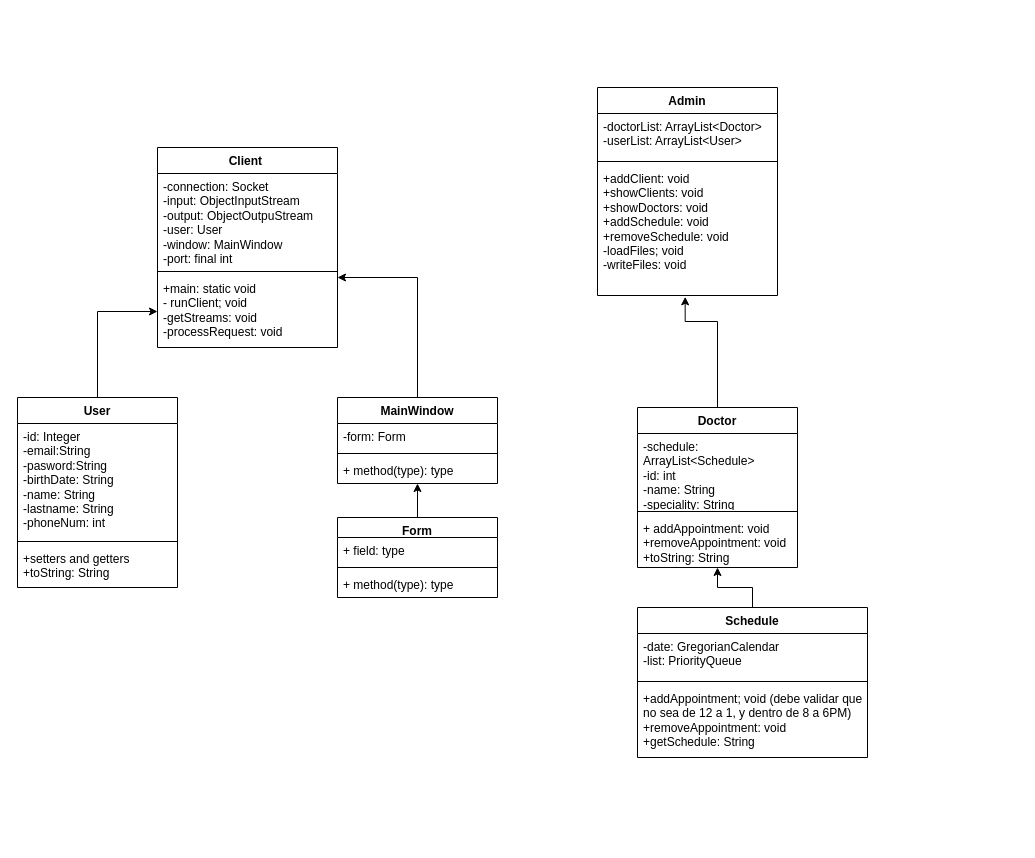
Earlier version of the draw.io diagram uml.drawio (DavidRole/Proyecto-Progra). Source tidied: cells renumbered, new cells numbered last; positions are measured from the earlier drawing's top-left corner, leaving out a move shared by most shapes. Both pictures are drawn from the tidied source at 100%, with x=0, y=0 at pixel (17, 87).
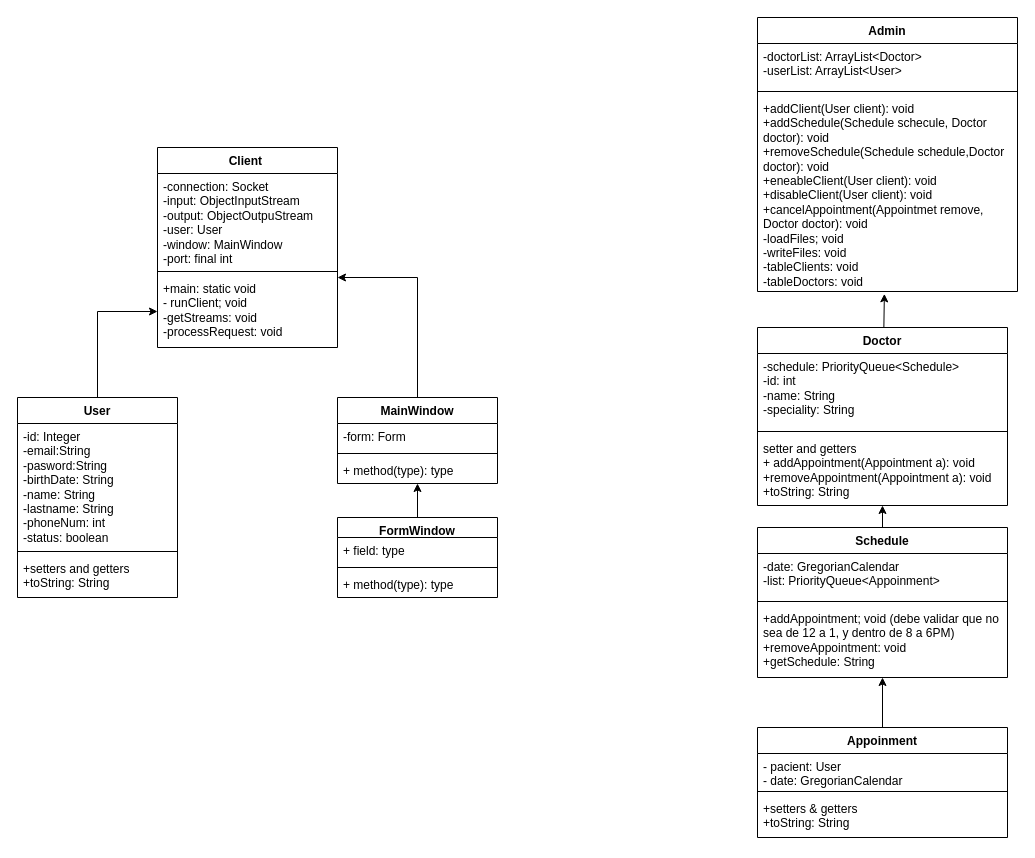
The same diagram, later.

Commit message:
2do Avance UML

Se completaron metodos de la clase Admin y las clases que se usan en ella

The edit, as a diff of the source:
```diff
@@
     <mxCell id="3" value="User" style="swimlane;fontStyle=1;align=center;verticalAlign=top;horizontal=1;startSize=26;whiteSpace=wrap;html=1;" parent="1" vertex="1">
-      <mxGeometry y="310" width="160" height="190" as="geometry" />
+      <mxGeometry y="310" width="160" height="200" as="geometry" />
     </mxCell>
-    <mxCell id="4" value="-id: Integer&lt;div&gt;-email:String&lt;/div&gt;&lt;div&gt;-pasword:String&lt;/div&gt;&lt;div&gt;-birthDate: String&lt;/div&gt;&lt;div&gt;-name: String&lt;/div&gt;&lt;div&gt;-lastname: String&lt;/div&gt;&lt;div&gt;-phoneNum: int&lt;/div&gt;" style="text;strokeColor=none;fillColor=none;align=left;verticalAlign=top;spacingLeft=4;spacingRight=4;overflow=hidden;whiteSpace=wrap;html=1;" parent="3" vertex="1">
-      <mxGeometry y="26" width="160" height="114" as="geometry" />
+    <mxCell id="4" value="-id: Integer&lt;div&gt;-email:String&lt;/div&gt;&lt;div&gt;-pasword:String&lt;/div&gt;&lt;div&gt;-birthDate: String&lt;/div&gt;&lt;div&gt;-name: String&lt;/div&gt;&lt;div&gt;-lastname: String&lt;/div&gt;&lt;div&gt;-phoneNum: int&lt;/div&gt;&lt;div&gt;-status: boolean&lt;/div&gt;" style="text;strokeColor=none;fillColor=none;align=left;verticalAlign=top;spacingLeft=4;spacingRight=4;overflow=hidden;whiteSpace=wrap;html=1;" parent="3" vertex="1">
+      <mxGeometry y="26" width="160" height="124" as="geometry" />
     </mxCell>
     <mxCell id="5" style="line;strokeWidth=1;fillColor=none;align=left;verticalAlign=middle;spacingTop=-1;spacingLeft=3;spacingRight=3;labelPosition=right;strokeColor=inherit;" parent="3" vertex="1">
-      <mxGeometry y="140" width="160" height="8" as="geometry" />
+      <mxGeometry y="150" width="160" height="8" as="geometry" />
     </mxCell>
     <mxCell id="6" value="+setters and getters&lt;div&gt;+toString: String&lt;/div&gt;" style="text;strokeColor=none;fillColor=none;align=left;verticalAlign=top;spacingLeft=4;spacingRight=4;overflow=hidden;whiteSpace=wrap;html=1;" parent="3" vertex="1">
-      <mxGeometry y="148" width="160" height="42" as="geometry" />
+      <mxGeometry y="158" width="160" height="42" as="geometry" />
     </mxCell>
@@
-    <mxCell id="8" value="Form" style="swimlane;fontStyle=1;align=center;verticalAlign=top;horizontal=1;startSize=20;whiteSpace=wrap;html=1;" parent="1" vertex="1">
+    <mxCell id="8" value="FormWindow" style="swimlane;fontStyle=1;align=center;verticalAlign=top;horizontal=1;startSize=20;whiteSpace=wrap;html=1;" parent="1" vertex="1">
       <mxGeometry x="320" y="430" width="160" height="80" as="geometry" />
     </mxCell>
@@
+    <mxCell id="33" style="edgeStyle=none;html=1;" parent="1" edge="1" source="20" target="27">
+      <mxGeometry relative="1" as="geometry" />
+    </mxCell>
     <mxCell id="20" value="Schedule" style="swimlane;fontStyle=1;align=center;verticalAlign=top;horizontal=1;startSize=26;whiteSpace=wrap;html=1;" parent="1" vertex="1">
-      <mxGeometry x="620" y="520" width="230" height="150" as="geometry" />
+      <mxGeometry x="740" y="440" width="250" height="150" as="geometry" />
     </mxCell>
-    <mxCell id="21" value="-date: GregorianCalendar&lt;div&gt;-list: PriorityQueue&lt;/div&gt;" style="text;strokeColor=none;fillColor=none;align=left;verticalAlign=top;spacingLeft=4;spacingRight=4;overflow=hidden;whiteSpace=wrap;html=1;" parent="20" vertex="1">
-      <mxGeometry y="26" width="230" height="44" as="geometry" />
+    <mxCell id="21" value="-date: GregorianCalendar&lt;div&gt;-list: PriorityQueue&amp;lt;Appoinment&amp;gt;&lt;/div&gt;" style="text;strokeColor=none;fillColor=none;align=left;verticalAlign=top;spacingLeft=4;spacingRight=4;overflow=hidden;whiteSpace=wrap;html=1;" parent="20" vertex="1">
+      <mxGeometry y="26" width="250" height="44" as="geometry" />
     </mxCell>
     <mxCell id="22" style="line;strokeWidth=1;fillColor=none;align=left;verticalAlign=middle;spacingTop=-1;spacingLeft=3;spacingRight=3;labelPosition=right;strokeColor=inherit;" parent="20" vertex="1">
-      <mxGeometry y="70" width="230" height="8" as="geometry" />
+      <mxGeometry y="70" width="250" height="8" as="geometry" />
     </mxCell>
     <mxCell id="23" value="+addAppointment; void (debe validar que no sea de 12 a 1, y dentro de 8 a 6PM)&lt;div&gt;+removeAppointment: void&lt;br&gt;+getSchedule: String&lt;/div&gt;" style="text;strokeColor=none;fillColor=none;align=left;verticalAlign=top;spacingLeft=4;spacingRight=4;overflow=hidden;points=[[0,0.5],[1,0.5]];portConstraint=eastwest;whiteSpace=wrap;html=1;" parent="20" vertex="1">
-      <mxGeometry y="78" width="230" height="72" as="geometry" />
+      <mxGeometry y="78" width="250" height="72" as="geometry" />
     </mxCell>
+    <mxCell id="34" style="edgeStyle=none;html=1;entryX=0.488;entryY=1.012;entryDx=0;entryDy=0;entryPerimeter=0;" parent="1" edge="1" source="24" target="31">
+      <mxGeometry relative="1" as="geometry" />
+    </mxCell>
     <mxCell id="24" value="Doctor" style="swimlane;fontStyle=1;align=center;verticalAlign=top;horizontal=1;startSize=26;whiteSpace=wrap;html=1;" parent="1" vertex="1">
-      <mxGeometry x="620" y="320" width="160" height="160" as="geometry" />
+      <mxGeometry x="740" y="240" width="250" height="178" as="geometry" />
     </mxCell>
-    <mxCell id="25" value="-schedule: ArrayList&amp;lt;Schedule&amp;gt;&lt;div&gt;-id: int&lt;/div&gt;&lt;div&gt;-name: String&lt;/div&gt;&lt;div&gt;-speciality: String&lt;/div&gt;" style="text;strokeColor=none;fillColor=none;align=left;verticalAlign=top;spacingLeft=4;spacingRight=4;overflow=hidden;whiteSpace=wrap;html=1;" parent="24" vertex="1">
-      <mxGeometry y="26" width="160" height="74" as="geometry" />
+    <mxCell id="25" value="-schedule: PriorityQueue&amp;lt;Schedule&amp;gt;&lt;div&gt;-id: int&lt;/div&gt;&lt;div&gt;-name: String&lt;/div&gt;&lt;div&gt;-speciality: String&lt;/div&gt;" style="text;strokeColor=none;fillColor=none;align=left;verticalAlign=top;spacingLeft=4;spacingRight=4;overflow=hidden;whiteSpace=wrap;html=1;" parent="24" vertex="1">
+      <mxGeometry y="26" width="250" height="74" as="geometry" />
     </mxCell>
     <mxCell id="26" style="line;strokeWidth=1;fillColor=none;align=left;verticalAlign=middle;spacingTop=-1;spacingLeft=3;spacingRight=3;labelPosition=right;strokeColor=inherit;" parent="24" vertex="1">
-      <mxGeometry y="100" width="160" height="8" as="geometry" />
+      <mxGeometry y="100" width="250" height="8" as="geometry" />
     </mxCell>
-    <mxCell id="27" value="+ addAppointment: void&lt;div&gt;+removeAppointment: void&lt;/div&gt;&lt;div&gt;+toString: String&lt;/div&gt;&lt;div&gt;&lt;br&gt;&lt;/div&gt;" style="text;strokeColor=none;fillColor=none;align=left;verticalAlign=top;spacingLeft=4;spacingRight=4;overflow=hidden;points=[[0,0.5],[1,0.5]];portConstraint=eastwest;whiteSpace=wrap;html=1;" parent="24" vertex="1">
-      <mxGeometry y="108" width="160" height="52" as="geometry" />
+    <mxCell id="27" value="setter and getters&lt;br&gt;+ addAppointment(Appointment a): void&lt;div&gt;+removeAppointment(Appointment a): void&lt;/div&gt;&lt;div&gt;+toString: String&lt;/div&gt;&lt;div&gt;&lt;br&gt;&lt;/div&gt;" style="text;strokeColor=none;fillColor=none;align=left;verticalAlign=top;spacingLeft=4;spacingRight=4;overflow=hidden;points=[[0,0.5],[1,0.5]];portConstraint=eastwest;whiteSpace=wrap;html=1;" parent="24" vertex="1">
+      <mxGeometry y="108" width="250" height="70" as="geometry" />
     </mxCell>
     <mxCell id="28" value="Admin" style="swimlane;fontStyle=1;align=center;verticalAlign=top;horizontal=1;startSize=26;whiteSpace=wrap;html=1;" parent="1" vertex="1">
-      <mxGeometry x="580" width="180" height="208" as="geometry" />
+      <mxGeometry x="740" y="-70" width="260" height="274" as="geometry" />
     </mxCell>
     <mxCell id="29" value="-doctorList: ArrayList&amp;lt;Doctor&amp;gt;&lt;div&gt;-userList: ArrayList&amp;lt;User&amp;gt;&lt;/div&gt;&lt;div&gt;&lt;br&gt;&lt;/div&gt;" style="text;strokeColor=none;fillColor=none;align=left;verticalAlign=top;spacingLeft=4;spacingRight=4;overflow=hidden;whiteSpace=wrap;html=1;" parent="28" vertex="1">
-      <mxGeometry y="26" width="180" height="44" as="geometry" />
+      <mxGeometry y="26" width="260" height="44" as="geometry" />
     </mxCell>
     <mxCell id="30" style="line;strokeWidth=1;fillColor=none;align=left;verticalAlign=middle;spacingTop=-1;spacingLeft=3;spacingRight=3;labelPosition=right;strokeColor=inherit;" parent="28" vertex="1">
-      <mxGeometry y="70" width="180" height="8" as="geometry" />
+      <mxGeometry y="70" width="260" height="8" as="geometry" />
     </mxCell>
-    <mxCell id="31" value="+addClient: void&lt;div&gt;+showClients: void&lt;/div&gt;&lt;div&gt;+showDoctors: void&lt;/div&gt;&lt;div&gt;+addSchedule: void&lt;/div&gt;&lt;div&gt;+removeSchedule: void&lt;/div&gt;&lt;div&gt;-loadFiles; void&lt;/div&gt;&lt;div&gt;-writeFiles: void&lt;br&gt;&lt;div&gt;&lt;br&gt;&lt;/div&gt;&lt;/div&gt;" style="text;strokeColor=none;fillColor=none;align=left;verticalAlign=top;spacingLeft=4;spacingRight=4;overflow=hidden;points=[[0,0.5],[1,0.5]];portConstraint=eastwest;whiteSpace=wrap;html=1;" parent="28" vertex="1">
-      <mxGeometry y="78" width="180" height="130" as="geometry" />
+    <mxCell id="31" value="+addClient(User client): void&lt;div&gt;&lt;span style=&quot;background-color: initial;&quot;&gt;+addSchedule(Schedule schecule, Doctor doctor): void&lt;/span&gt;&lt;br&gt;&lt;/div&gt;&lt;div&gt;+removeSchedule(Schedule schedule,Doctor doctor): void&lt;/div&gt;&lt;div&gt;+eneableClient(User client): void&lt;/div&gt;&lt;div&gt;+disableClient(User client): void&lt;/div&gt;&lt;div&gt;+cancelAppointment(Appointmet remove, Doctor doctor): void&lt;/div&gt;&lt;div&gt;-loadFiles; void&lt;/div&gt;&lt;div&gt;-writeFiles: void&lt;/div&gt;&lt;div&gt;&lt;div&gt;-tableClients: void&lt;/div&gt;&lt;div&gt;-tableDoctors: void&lt;/div&gt;&lt;/div&gt;" style="text;strokeColor=none;fillColor=none;align=left;verticalAlign=top;spacingLeft=4;spacingRight=4;overflow=hidden;points=[[0,0.5],[1,0.5]];portConstraint=eastwest;whiteSpace=wrap;html=1;" parent="28" vertex="1">
+      <mxGeometry y="78" width="260" height="196" as="geometry" />
     </mxCell>
@@
-    <mxCell id="33" style="edgeStyle=orthogonalEdgeStyle;rounded=0;jettySize=auto;html=1;" parent="1" edge="1" source="20" target="27">
-      <mxGeometry relative="1" as="geometry">
-        <Array as="points">
-          <mxPoint x="735" y="500" />
-          <mxPoint x="700" y="500" />
-        </Array>
-      </mxGeometry>
-    </mxCell>
-    <mxCell id="34" style="edgeStyle=orthogonalEdgeStyle;rounded=0;jettySize=auto;html=1;entryX=0.487;entryY=1.01;entryDx=0;entryDy=0;entryPerimeter=0;" parent="1" edge="1" source="24" target="31">
-      <mxGeometry relative="1" as="geometry">
-        <Array as="points">
-          <mxPoint x="700" y="234" />
-          <mxPoint x="668" y="234" />
-        </Array>
-      </mxGeometry>
-    </mxCell>
+    <mxCell id="35" style="edgeStyle=none;html=1;" parent="1" edge="1" source="36" target="23">
+      <mxGeometry relative="1" as="geometry" />
+    </mxCell>
+    <mxCell id="36" value="Appoinment" style="swimlane;fontStyle=1;align=center;verticalAlign=top;horizontal=1;startSize=26;" parent="1" vertex="1">
+      <mxGeometry x="740" y="640" width="250" height="110" as="geometry" />
+    </mxCell>
+    <mxCell id="37" value="- pacient: User&#10;- date: GregorianCalendar&#10;" style="text;strokeColor=none;fillColor=none;align=left;verticalAlign=top;spacingLeft=4;spacingRight=4;overflow=hidden;" parent="36" vertex="1">
+      <mxGeometry y="26" width="250" height="34" as="geometry" />
+    </mxCell>
+    <mxCell id="38" style="line;strokeWidth=1;fillColor=none;align=left;verticalAlign=middle;spacingTop=-1;spacingLeft=3;spacingRight=3;labelPosition=right;strokeColor=inherit;" parent="36" vertex="1">
+      <mxGeometry y="60" width="250" height="8" as="geometry" />
+    </mxCell>
+    <mxCell id="39" value="+setters &amp; getters&#10;+toString: String" style="text;strokeColor=none;fillColor=none;align=left;verticalAlign=top;spacingLeft=4;spacingRight=4;overflow=hidden;" parent="36" vertex="1">
+      <mxGeometry y="68" width="250" height="42" as="geometry" />
+    </mxCell>
```
